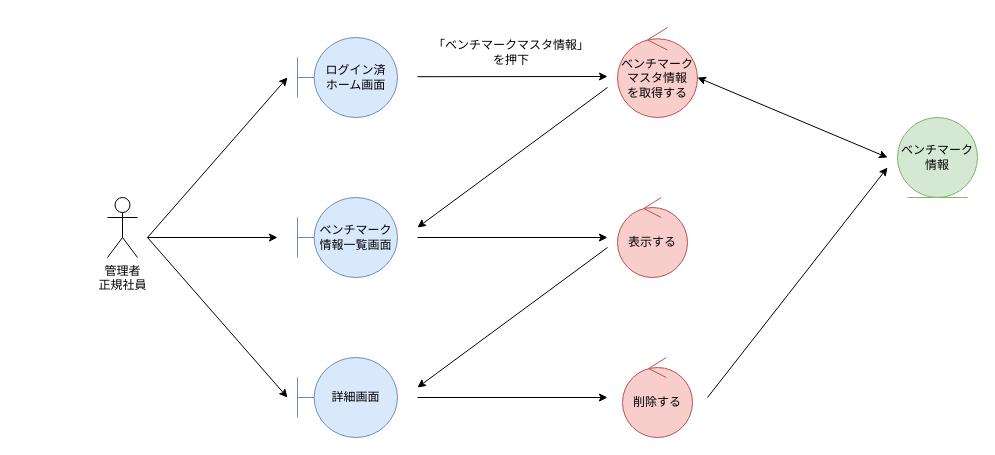
Before: page "*ベンチマークマスタ管理_削除" (4 of 4) of 各種設計書/3ロバストネス図/マスタ管理/5.ベンチマークマスタ.drawio in HaruShim/Sotuken, a draw.io diagram. Source tidied: cells renumbered, new cells numbered last; positions are measured from the earlier drawing's top-left corner, leaving out a move shared by most shapes. Both pictures are drawn from the tidied source at 100%, with x=0, y=0 at pixel (107, 27).
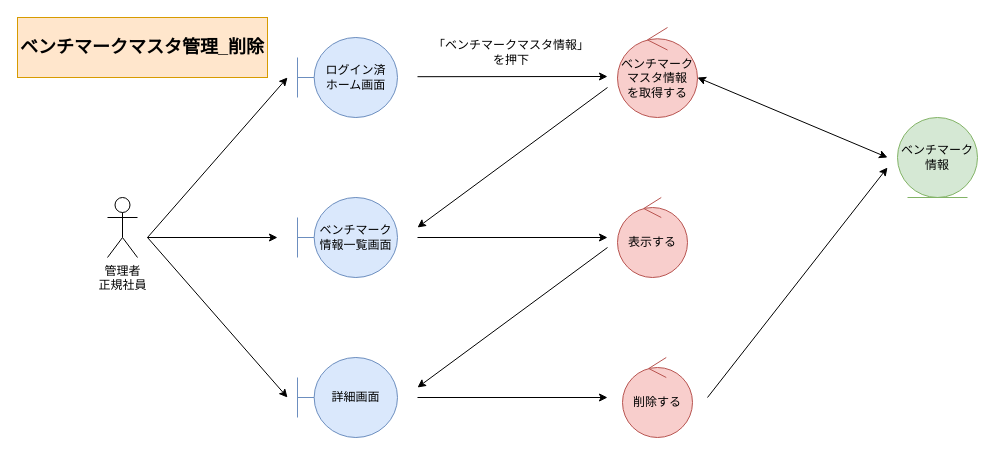
The same diagram, later.

What changed in the source:
```diff
@@
+    <mxCell id="21" value="ベンチマークマスタ管理_削除" style="rounded=0;whiteSpace=wrap;html=1;fillColor=#ffe6cc;strokeColor=#d79b00;fontStyle=1;fontSize=18;" parent="1" vertex="1">
+      <mxGeometry x="-90" y="-10" width="250" height="60" as="geometry" />
+    </mxCell>
```
